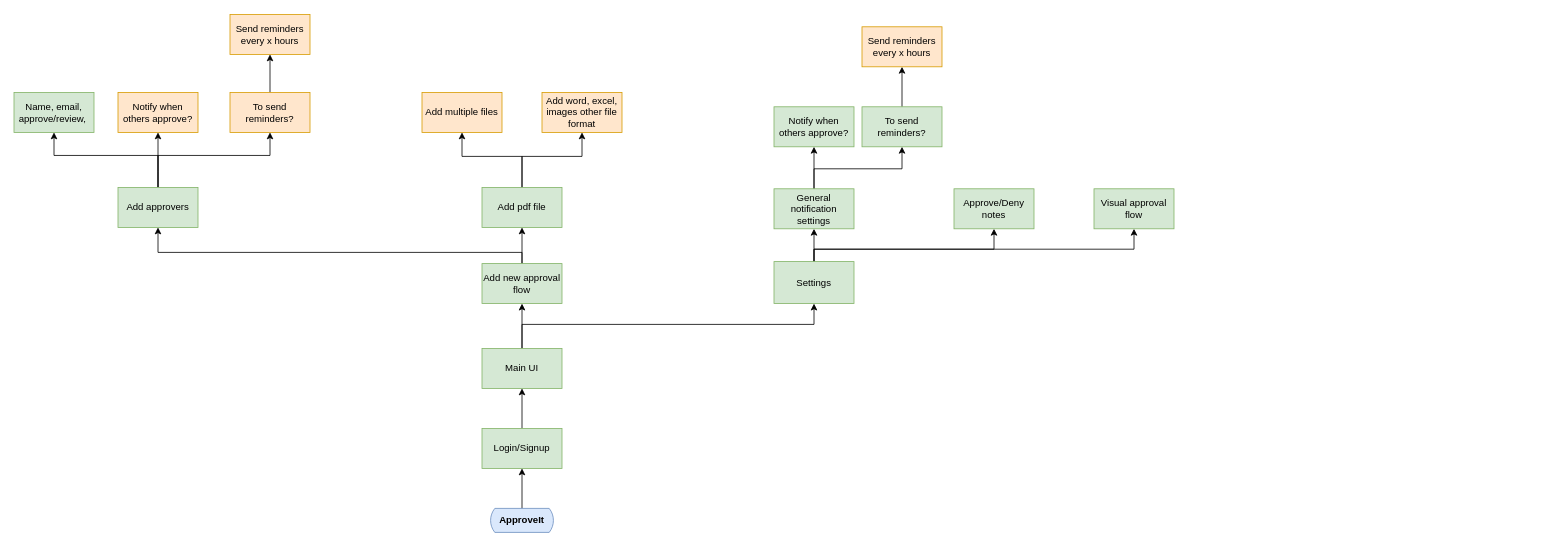
The draw.io diagram Flows/Feature Flow.drawio in Valquest/ApproveIt, before the edit. Source tidied: cells renumbered, new cells numbered last; positions are measured from the earlier drawing's top-left corner, leaving out a move shared by most shapes. Both pictures are drawn from the tidied source at 80%, with x=0, y=0 at pixel (14, 14).
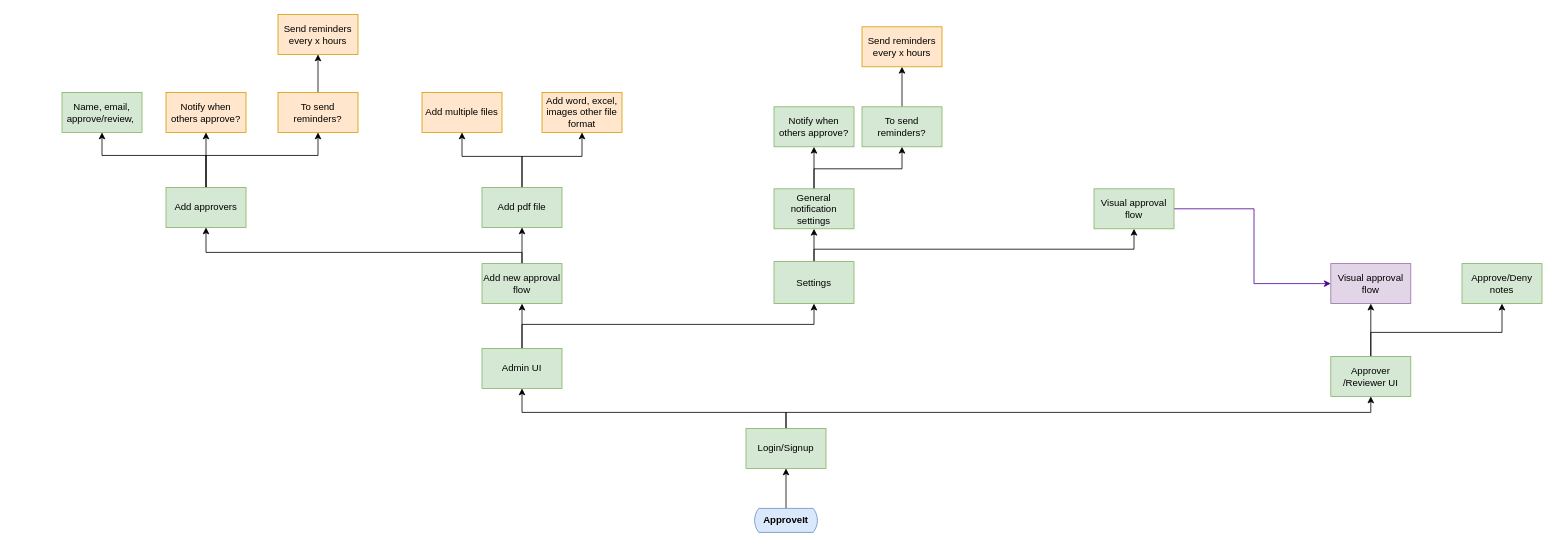
The same page after the edit.

Unchanged cells that the change refers to:
```xml
<mxCell id="12" value="Add new approval flow" style="html=1;dashed=0;whiteSpace=wrap;fillColor=#d5e8d4;strokeColor=#82b366;" parent="1" vertex="1">
  <mxGeometry x="585" y="312" width="100" height="50" as="geometry" />
</mxCell>
<mxCell id="22" value="Settings" style="html=1;dashed=0;whiteSpace=wrap;fillColor=#d5e8d4;strokeColor=#82b366;" parent="1" vertex="1">
  <mxGeometry x="950" y="309.5" width="100" height="52.5" as="geometry" />
</mxCell>
<mxCell id="31" value="Visual approval flow" style="html=1;dashed=0;whiteSpace=wrap;fillColor=#d5e8d4;strokeColor=#82b366;" parent="1" vertex="1">
  <mxGeometry x="1350" y="218.5" width="100" height="50" as="geometry" />
</mxCell>
```

What changed in the source:
```diff
@@
     <mxCell id="2" style="edgeStyle=orthogonalEdgeStyle;rounded=0;jettySize=auto;html=1;entryX=0.5;entryY=1;entryDx=0;entryDy=0;exitX=0.5;exitY=0;exitDx=0;exitDy=0;" parent="1" edge="1" source="5" target="23">
       <mxGeometry relative="1" as="geometry">
         <Array as="points">
-          <mxPoint x="180" y="196.8" />
-          <mxPoint x="180" y="196.8" />
+          <mxPoint x="240" y="196.8" />
+          <mxPoint x="240" y="196.8" />
         </Array>
       </mxGeometry>
     </mxCell>
     <mxCell id="3" style="edgeStyle=orthogonalEdgeStyle;rounded=0;jettySize=auto;html=1;entryX=0.5;entryY=1;entryDx=0;entryDy=0;" parent="1" edge="1" source="5" target="27">
       <mxGeometry relative="1" as="geometry">
         <Array as="points">
-          <mxPoint x="180" y="176.8" />
-          <mxPoint x="50" y="176.8" />
+          <mxPoint x="240" y="176.8" />
+          <mxPoint x="110" y="176.8" />
         </Array>
       </mxGeometry>
     </mxCell>
     <mxCell id="4" style="edgeStyle=orthogonalEdgeStyle;rounded=0;jettySize=auto;html=1;entryX=0.5;entryY=1;entryDx=0;entryDy=0;" parent="1" edge="1" source="5" target="26">
       <mxGeometry relative="1" as="geometry">
         <Array as="points">
-          <mxPoint x="180" y="176.8" />
-          <mxPoint x="320" y="176.8" />
+          <mxPoint x="240" y="176.8" />
+          <mxPoint x="380" y="176.8" />
         </Array>
       </mxGeometry>
     </mxCell>
     <mxCell id="5" value="Add approvers" style="html=1;dashed=0;whiteSpace=wrap;fillColor=#d5e8d4;strokeColor=#82b366;" parent="1" vertex="1">
-      <mxGeometry x="130" y="216.8" width="100" height="50" as="geometry" />
+      <mxGeometry x="190" y="216.8" width="100" height="50" as="geometry" />
     </mxCell>
@@
     <mxCell id="8" value="ApproveIt" style="html=1;dashed=0;whiteSpace=wrap;shape=mxgraph.dfd.loop;fillColor=#dae8fc;strokeColor=#6c8ebf;fontStyle=1;" parent="1" vertex="1">
-      <mxGeometry x="595" y="618" width="80" height="30" as="geometry" />
+      <mxGeometry x="925" y="618" width="80" height="30" as="geometry" />
     </mxCell>
@@
     <mxCell id="10" style="edgeStyle=orthogonalEdgeStyle;rounded=0;jettySize=auto;html=1;entryX=0.5;entryY=1;entryDx=0;entryDy=0;" parent="1" edge="1" source="12" target="5">
       <mxGeometry relative="1" as="geometry">
         <Array as="points">
           <mxPoint x="635" y="298" />
-          <mxPoint x="180" y="298" />
+          <mxPoint x="240" y="298" />
         </Array>
       </mxGeometry>
     </mxCell>
@@
-    <mxCell id="19" style="edgeStyle=orthogonalEdgeStyle;rounded=0;jettySize=auto;html=1;entryX=0.5;entryY=1;entryDx=0;entryDy=0;exitX=0.5;exitY=0;exitDx=0;exitDy=0;" parent="1" edge="1" source="22" target="28">
+    <mxCell id="19" style="edgeStyle=orthogonalEdgeStyle;rounded=0;jettySize=auto;html=1;entryX=0.5;entryY=1;entryDx=0;entryDy=0;exitX=0.5;exitY=0;exitDx=0;exitDy=0;" parent="1" edge="1" source="42" target="28">
       <mxGeometry relative="1" as="geometry">
         <Array as="points">
-          <mxPoint x="1000" y="294" />
-          <mxPoint x="1225" y="294" />
+          <mxPoint x="1696" y="398" />
+          <mxPoint x="1860" y="398" />
         </Array>
       </mxGeometry>
     </mxCell>
@@
     <mxCell id="23" value="Notify when others approve?" style="html=1;dashed=0;whiteSpace=wrap;fillColor=#ffe6cc;strokeColor=#d79b00;" parent="1" vertex="1">
-      <mxGeometry x="130" y="98" width="100" height="50" as="geometry" />
+      <mxGeometry x="190" y="98" width="100" height="50" as="geometry" />
     </mxCell>
     <mxCell id="24" value="Send reminders every x hours" style="html=1;dashed=0;whiteSpace=wrap;fillColor=#ffe6cc;strokeColor=#d79b00;" parent="1" vertex="1">
-      <mxGeometry x="270" y="0.5" width="100" height="50" as="geometry" />
+      <mxGeometry x="330" y="0.5" width="100" height="50" as="geometry" />
     </mxCell>
@@
     <mxCell id="26" value="To send reminders?" style="html=1;dashed=0;whiteSpace=wrap;fillColor=#ffe6cc;strokeColor=#d79b00;" parent="1" vertex="1">
-      <mxGeometry x="270" y="98" width="100" height="50" as="geometry" />
+      <mxGeometry x="330" y="98" width="100" height="50" as="geometry" />
     </mxCell>
     <mxCell id="27" value="Name, email, approve/review,&amp;nbsp;" style="html=1;dashed=0;whiteSpace=wrap;fillColor=#d5e8d4;strokeColor=#82b366;" parent="1" vertex="1">
-      <mxGeometry y="98" width="100" height="50" as="geometry" />
+      <mxGeometry x="60" y="98" width="100" height="50" as="geometry" />
     </mxCell>
     <mxCell id="28" value="Approve/Deny notes" style="html=1;dashed=0;whiteSpace=wrap;fillColor=#d5e8d4;strokeColor=#82b366;" parent="1" vertex="1">
-      <mxGeometry x="1175" y="218.5" width="100" height="50" as="geometry" />
+      <mxGeometry x="1810" y="312" width="100" height="50" as="geometry" />
     </mxCell>
@@
+    <mxCell id="39" style="edgeStyle=orthogonalEdgeStyle;rounded=0;jettySize=auto;html=1;entryX=0;entryY=0.5;entryDx=0;entryDy=0;strokeColor=#4C0099;" parent="1" edge="1" source="31" target="43">
+      <mxGeometry relative="1" as="geometry">
+        <Array as="points">
+          <mxPoint x="1550" y="244" />
+          <mxPoint x="1550" y="337" />
+        </Array>
+      </mxGeometry>
+    </mxCell>
@@
-    <mxCell id="36" value="Main UI" style="html=1;dashed=0;whiteSpace=wrap;fillColor=#d5e8d4;strokeColor=#82b366;" parent="1" vertex="1">
+    <mxCell id="36" value="Admin UI" style="html=1;dashed=0;whiteSpace=wrap;fillColor=#d5e8d4;strokeColor=#82b366;" parent="1" vertex="1">
       <mxGeometry x="585" y="418" width="100" height="50" as="geometry" />
     </mxCell>
     <mxCell id="37" style="edgeStyle=orthogonalEdgeStyle;rounded=0;jettySize=auto;html=1;" parent="1" edge="1" source="38" target="36">
-      <mxGeometry relative="1" as="geometry" />
+      <mxGeometry relative="1" as="geometry">
+        <Array as="points">
+          <mxPoint x="965" y="498" />
+          <mxPoint x="635" y="498" />
+        </Array>
+      </mxGeometry>
     </mxCell>
+    <mxCell id="40" style="edgeStyle=orthogonalEdgeStyle;rounded=0;jettySize=auto;html=1;entryX=0.5;entryY=1;entryDx=0;entryDy=0;" parent="1" edge="1" source="38" target="42">
+      <mxGeometry relative="1" as="geometry">
+        <Array as="points">
+          <mxPoint x="965" y="498" />
+          <mxPoint x="1696" y="498" />
+        </Array>
+      </mxGeometry>
+    </mxCell>
     <mxCell id="38" value="Login/Signup" style="html=1;dashed=0;whiteSpace=wrap;fillColor=#d5e8d4;strokeColor=#82b366;" parent="1" vertex="1">
-      <mxGeometry x="585" y="518" width="100" height="50" as="geometry" />
+      <mxGeometry x="915" y="518" width="100" height="50" as="geometry" />
     </mxCell>
+    <mxCell id="41" style="edgeStyle=orthogonalEdgeStyle;rounded=0;jettySize=auto;html=1;" parent="1" edge="1" source="42" target="43">
+      <mxGeometry relative="1" as="geometry" />
+    </mxCell>
+    <mxCell id="42" value="Approver /Reviewer UI" style="html=1;dashed=0;whiteSpace=wrap;fillColor=#d5e8d4;strokeColor=#82b366;" parent="1" vertex="1">
+      <mxGeometry x="1646" y="428" width="100" height="50" as="geometry" />
+    </mxCell>
+    <mxCell id="43" value="Visual approval flow" style="html=1;dashed=0;whiteSpace=wrap;fillColor=#e1d5e7;strokeColor=#9673a6;" parent="1" vertex="1">
+      <mxGeometry x="1646" y="312" width="100" height="50" as="geometry" />
+    </mxCell>
```
